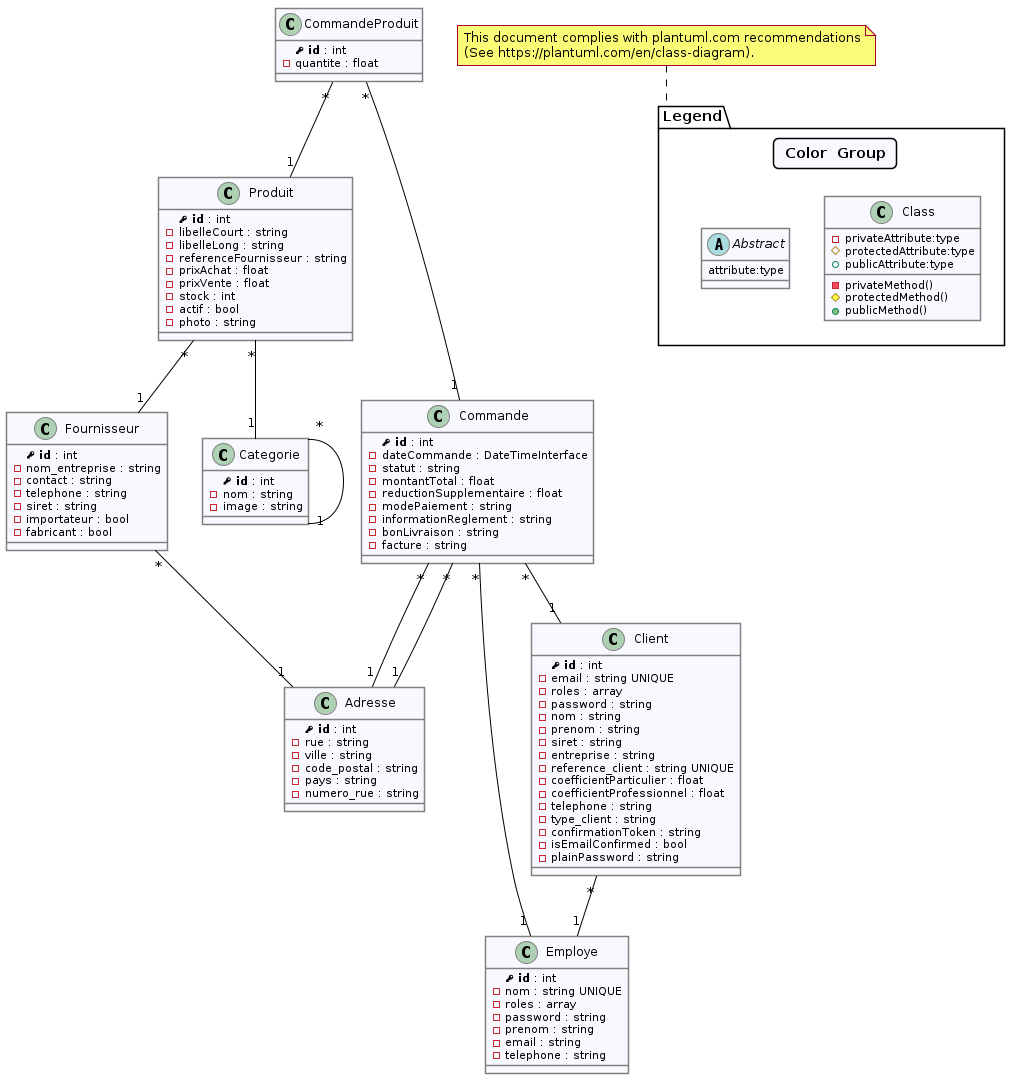
Before: classes.png, a diagram exported from PlantUML (clemence95/villagegreen).
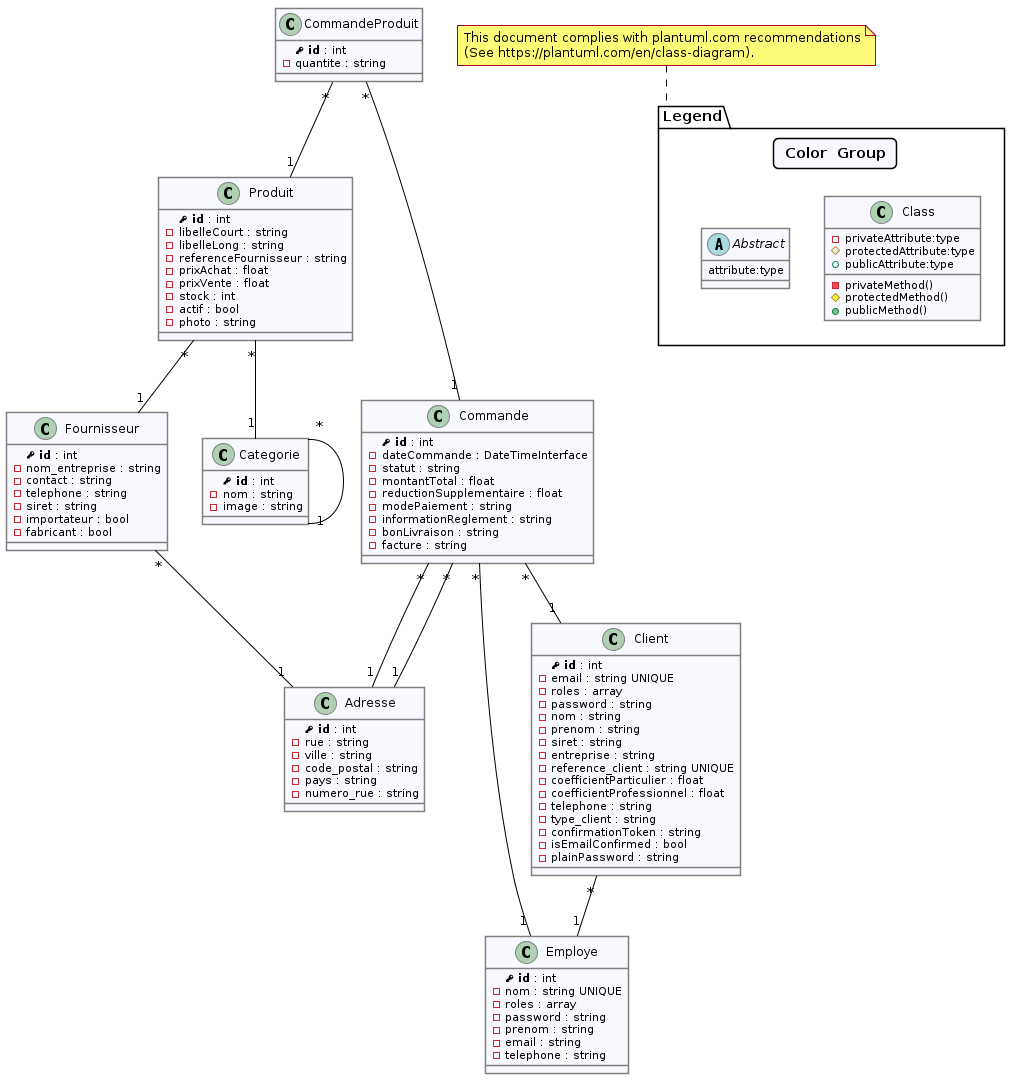
Above is the later version.

What changed in the source:
```diff
@@ -81,7 +81,7 @@
 
 class CommandeProduit {
   <b><&key> id</b> : int
-  -quantite : float
+  -quantite : string
 }
 
 class Commande {
```
